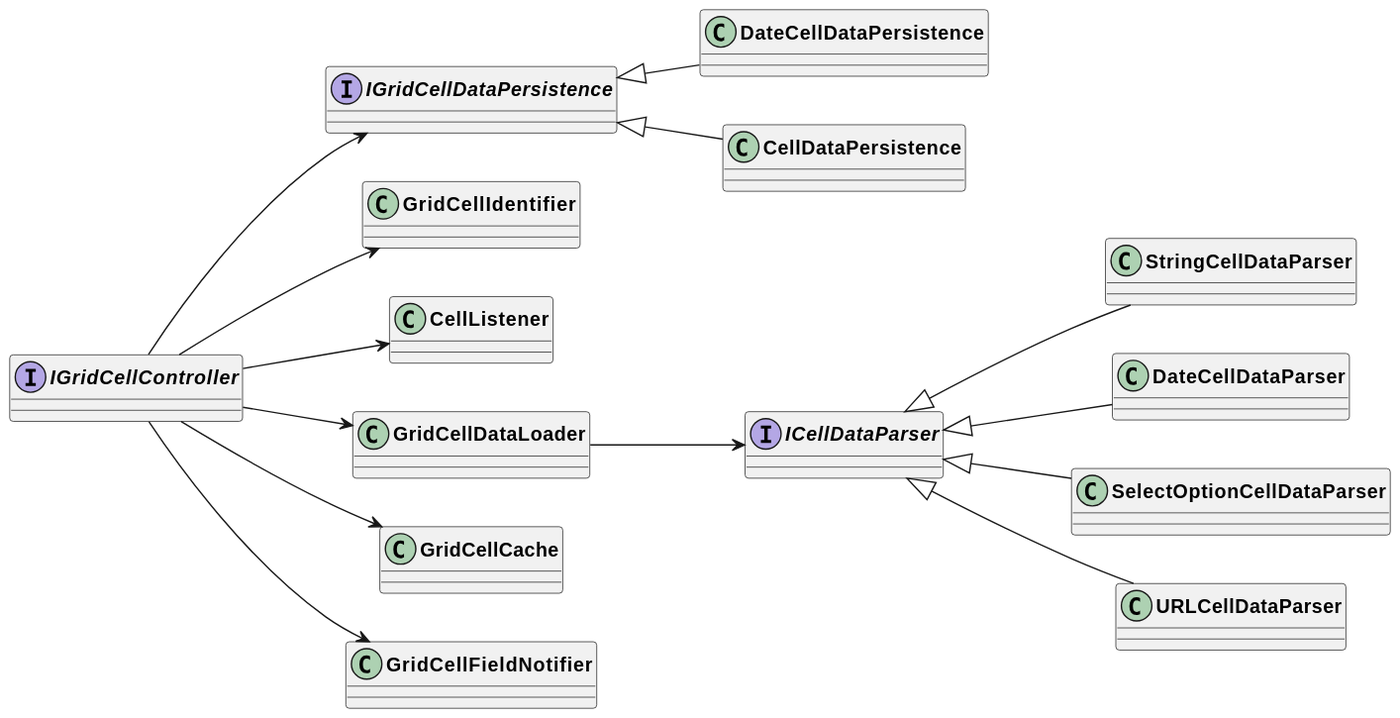
This is uml/output/Grid_Cell_Controller.svg from AppFlowy-IO/AppFlowy-Docs, a PlantUML export, as it was before one commit.
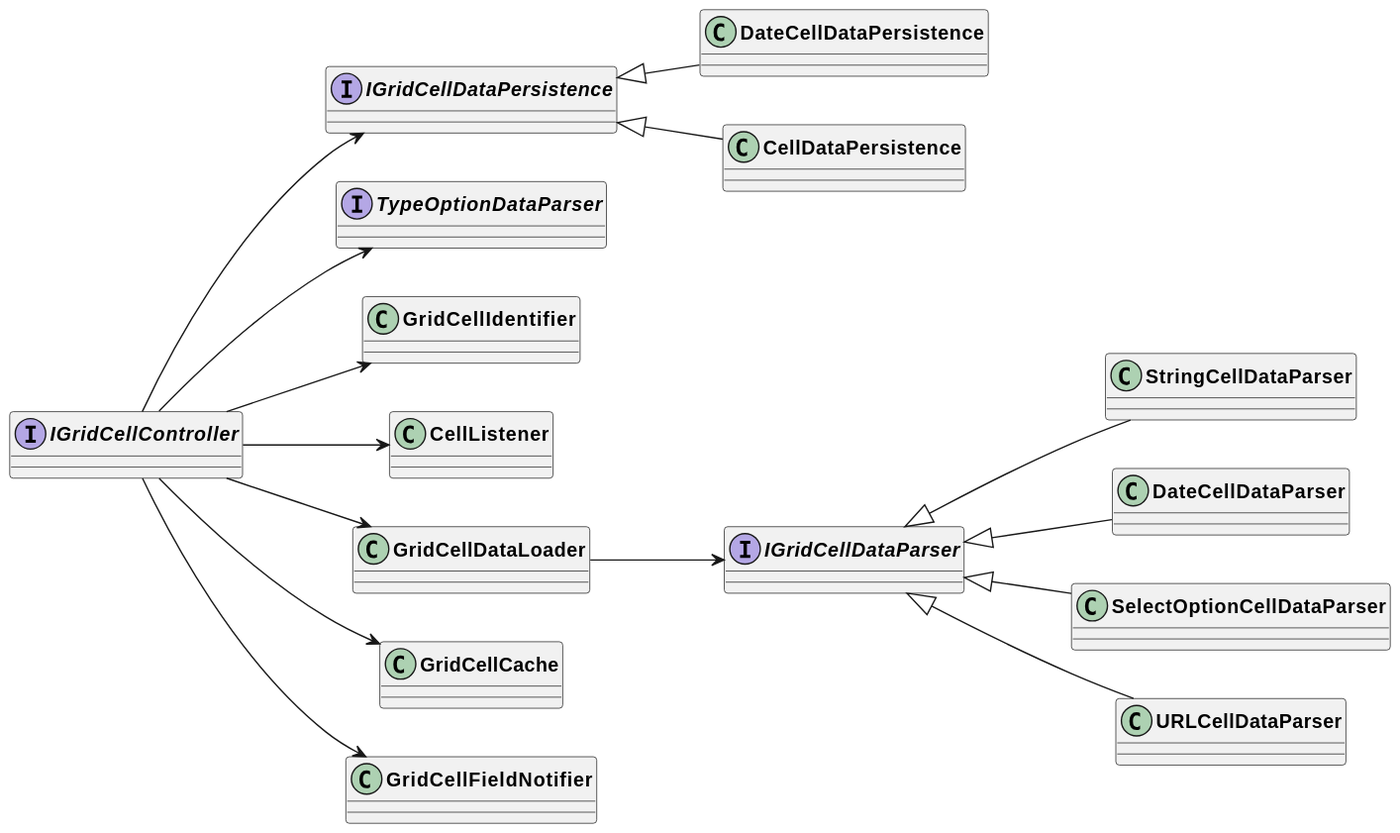
After the commit.

The edit, as a diff of the source:
```diff
@@ -6,18 +6,20 @@
 
 interface IGridCellDataPersistence
 interface IGridCellController
-interface ICellDataParser
+interface IGridCellDataParser
+interface TypeOptionDataParser
 
 IGridCellController --> GridCellIdentifier
 IGridCellController --> CellListener
+IGridCellController --> TypeOptionDataParser
 
 IGridCellController --> GridCellDataLoader
-GridCellDataLoader --> ICellDataParser
+GridCellDataLoader --> IGridCellDataParser
 
-StringCellDataParser -u-|> ICellDataParser
-DateCellDataParser -u-|> ICellDataParser
-SelectOptionCellDataParser -u-|> ICellDataParser
-URLCellDataParser -u-|> ICellDataParser
+StringCellDataParser -u-|> IGridCellDataParser
+DateCellDataParser -u-|> IGridCellDataParser
+SelectOptionCellDataParser -u-|> IGridCellDataParser
+URLCellDataParser -u-|> IGridCellDataParser
 
 IGridCellController --> GridCellCache
 
```
